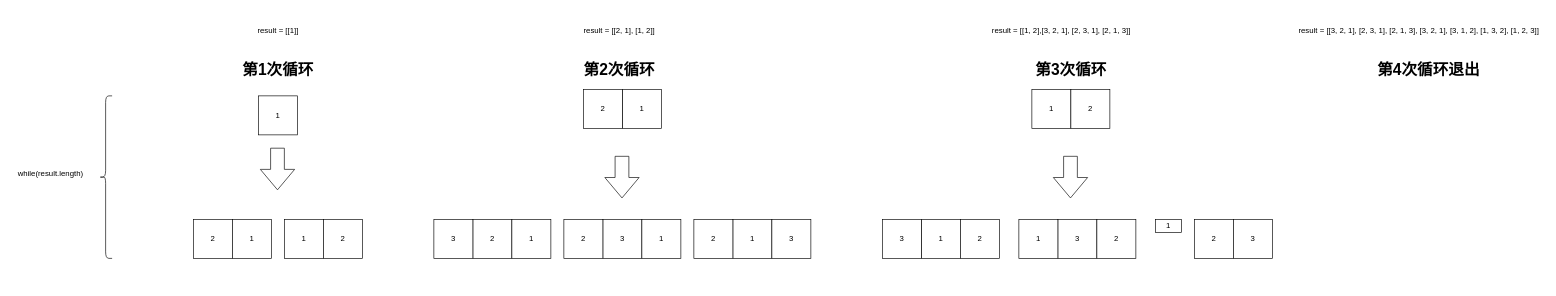
SimThread/prototype keeps this draw.io diagram as Untitled Diagram.drawio. Above is the earlier version. Source tidied: cells renumbered, new cells numbered last; positions are measured from the earlier drawing's top-left corner, leaving out a move shared by most shapes. Both pictures are drawn from the tidied source at 65%, with x=0, y=0 at pixel (11, 24).
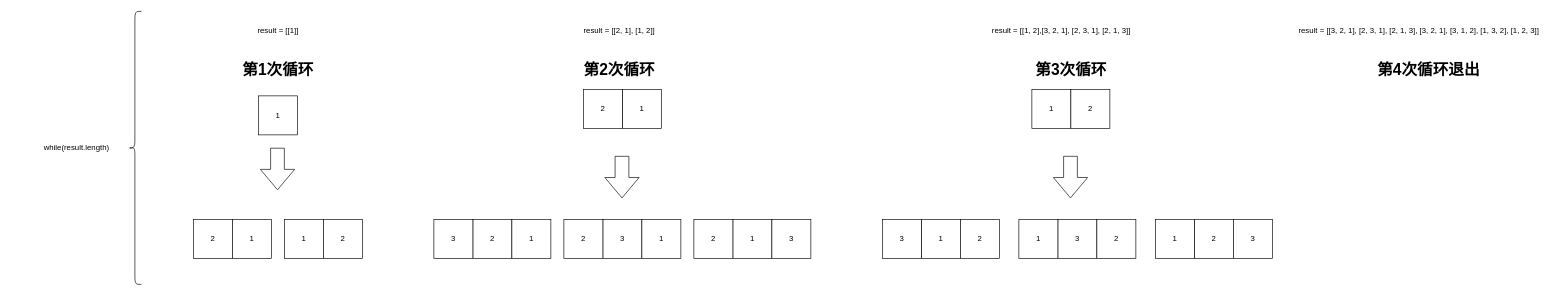
The same diagram, later.

Unchanged cells that the change refers to:
```xml
<mxCell id="40" style="group;" parent="1" vertex="1">
  <mxGeometry x="1760" y="300" width="180" height="60" as="geometry" />
</mxCell>
```

What changed in the source:
```diff
@@
     <mxCell id="7" style="shape=curlyBracket;whiteSpace=wrap;html=1;rounded=1;" parent="1" vertex="1">
-      <mxGeometry x="135" y="110" width="20" height="250" as="geometry" />
+      <mxGeometry x="180" y="-20" width="20" height="420" as="geometry" />
     </mxCell>
     <mxCell id="8" value="while(result.length)" style="text;html=1;align=center;verticalAlign=middle;strokeColor=none;" parent="1" vertex="1">
-      <mxGeometry y="220" width="120" height="20" as="geometry" />
+      <mxGeometry x="40" y="180" width="120" height="20" as="geometry" />
     </mxCell>
@@
-    <mxCell id="44" value="1" style="rounded=0;whiteSpace=wrap;html=1;" parent="40" vertex="1" collapsed="1">
-      <mxGeometry width="40" height="20" as="geometry" />
+    <mxCell id="44" value="1" style="rounded=0;whiteSpace=wrap;html=1;" parent="40" vertex="1">
+      <mxGeometry width="60" height="60" as="geometry" />
     </mxCell>
```
